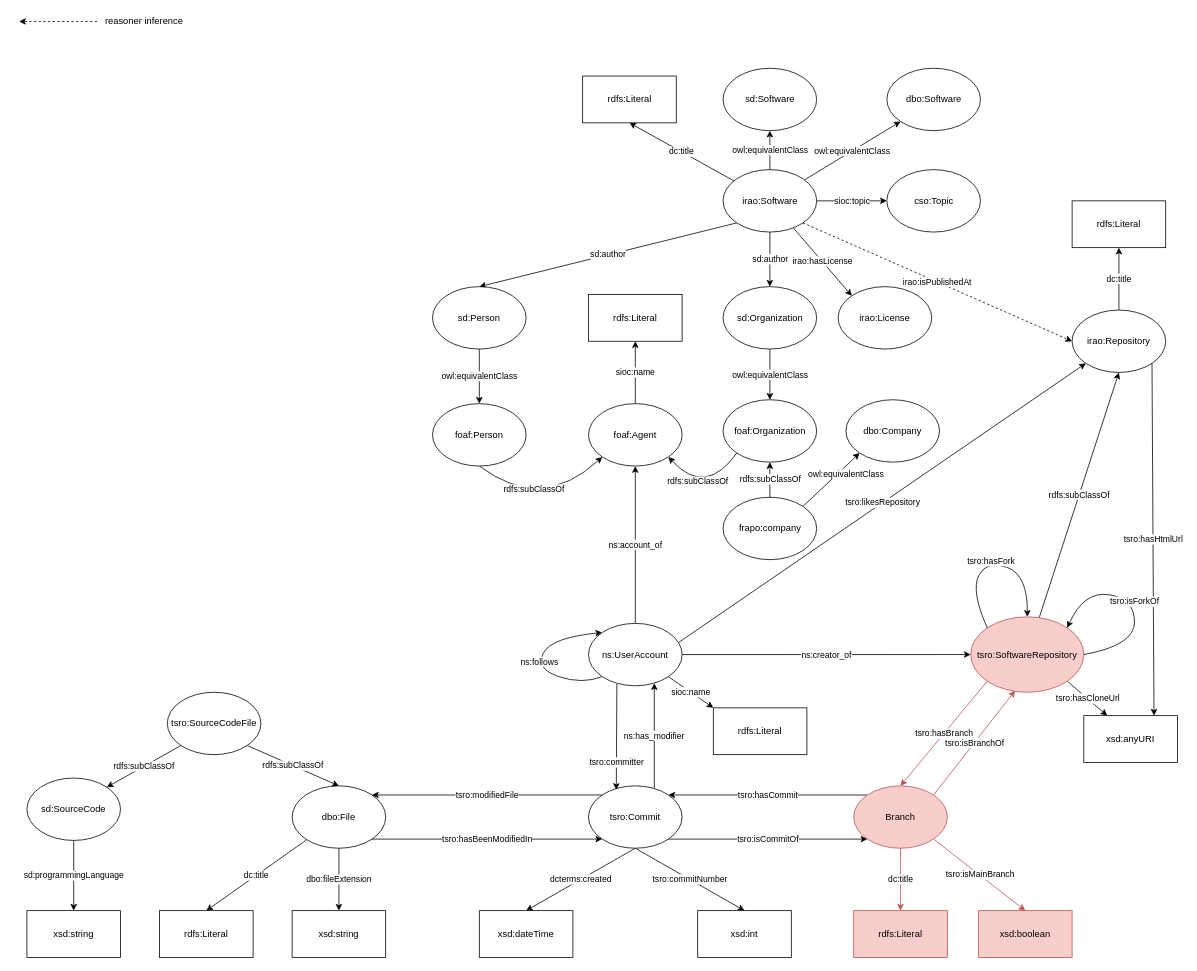
Before: ontologies/The Software Repository Ontology.drawio in sabato-nocera/tsro, a draw.io diagram. Source tidied: cells renumbered, new cells numbered last; positions are measured from the earlier drawing's top-left corner, leaving out a move shared by most shapes. Both pictures are drawn from the tidied source at 78%, with x=0, y=0 at pixel (19, 13).
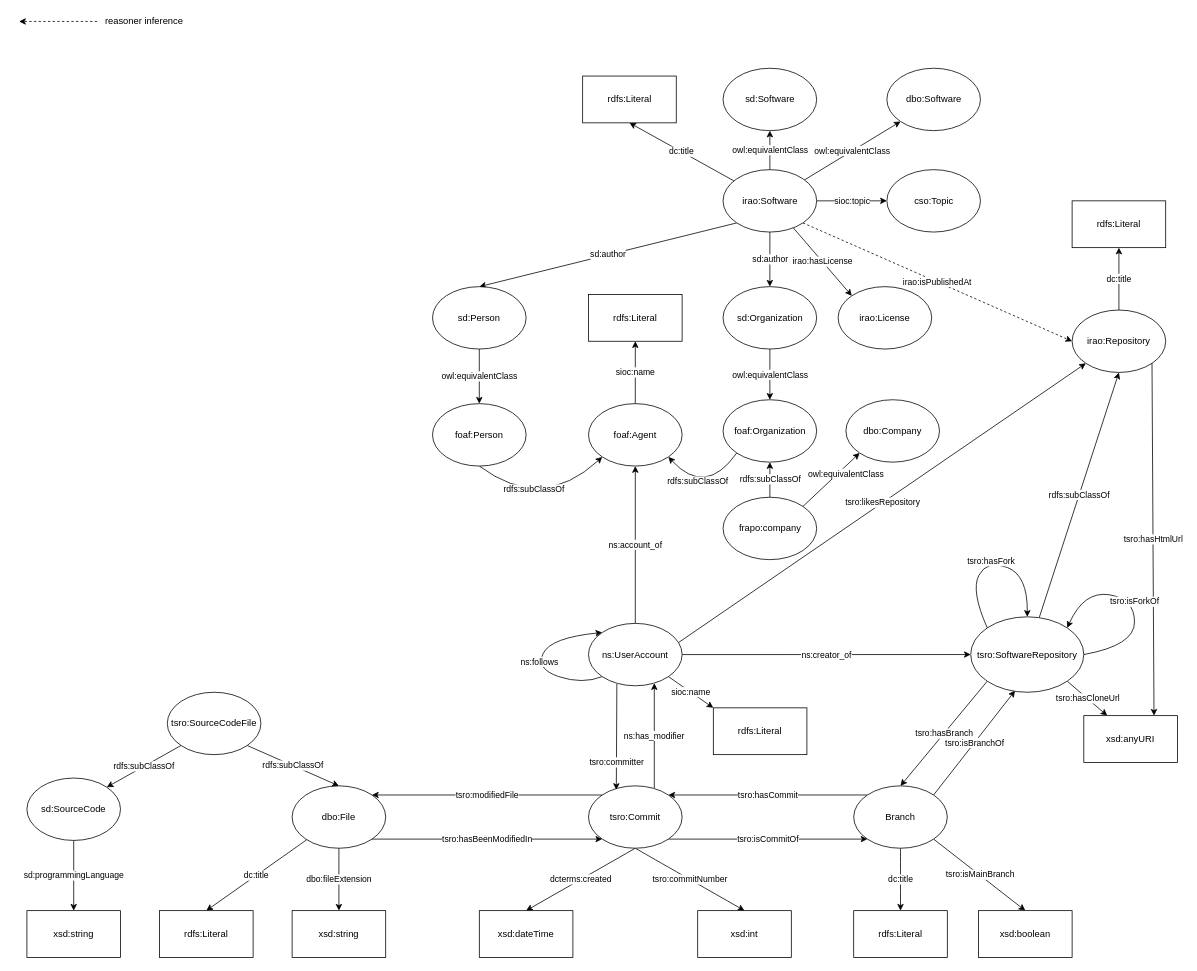
The same page after the edit.

Diff of the diagram source:
```diff
@@
-    <mxCell id="14" value="tsro:isBranchOf" style="edgeStyle=none;rounded=0;jettySize=auto;html=1;exitX=1;exitY=0;exitDx=0;exitDy=0;entryX=0.392;entryY=0.979;entryDx=0;entryDy=0;entryPerimeter=0;fillColor=#f8cecc;strokeColor=#b85450;" parent="1" edge="1" source="17" target="23">
+    <mxCell id="14" value="tsro:isBranchOf" style="edgeStyle=none;rounded=0;jettySize=auto;html=1;exitX=1;exitY=0;exitDx=0;exitDy=0;entryX=0.392;entryY=0.979;entryDx=0;entryDy=0;entryPerimeter=0;" parent="1" edge="1" source="17" target="23">
       <mxGeometry relative="1" as="geometry" />
     </mxCell>
-    <mxCell id="15" value="dc:title" style="edgeStyle=none;curved=1;jettySize=auto;html=1;entryX=0.5;entryY=0;entryDx=0;entryDy=0;fillColor=#f8cecc;strokeColor=#b85450;" parent="1" edge="1" source="17" target="75">
+    <mxCell id="15" value="dc:title" style="edgeStyle=none;curved=1;jettySize=auto;html=1;entryX=0.5;entryY=0;entryDx=0;entryDy=0;" parent="1" edge="1" source="17" target="75">
       <mxGeometry relative="1" as="geometry" />
     </mxCell>
-    <mxCell id="16" value="tsro:isMainBranch" style="rounded=0;jettySize=auto;html=1;exitX=1;exitY=1;exitDx=0;exitDy=0;entryX=0.5;entryY=0;entryDx=0;entryDy=0;fillColor=#f8cecc;strokeColor=#b85450;" parent="1" edge="1" source="17" target="78">
+    <mxCell id="16" value="tsro:isMainBranch" style="rounded=0;jettySize=auto;html=1;exitX=1;exitY=1;exitDx=0;exitDy=0;entryX=0.5;entryY=0;entryDx=0;entryDy=0;" parent="1" edge="1" source="17" target="78">
       <mxGeometry relative="1" as="geometry" />
     </mxCell>
-    <mxCell id="17" value="Branch" style="ellipse;whiteSpace=wrap;html=1;fillColor=#f8cecc;strokeColor=#b85450;" parent="1" vertex="1">
+    <mxCell id="17" value="Branch" style="ellipse;whiteSpace=wrap;html=1;" parent="1" vertex="1">
       <mxGeometry x="1070" y="990" width="120" height="80" as="geometry" />
     </mxCell>
@@
-    <mxCell id="20" value="tsro:hasBranch" style="edgeStyle=none;rounded=0;jettySize=auto;html=1;exitX=0;exitY=1;exitDx=0;exitDy=0;entryX=0.5;entryY=0;entryDx=0;entryDy=0;fillColor=#f8cecc;strokeColor=#b85450;" parent="1" edge="1" source="23" target="17">
+    <mxCell id="20" value="tsro:hasBranch" style="edgeStyle=none;rounded=0;jettySize=auto;html=1;exitX=0;exitY=1;exitDx=0;exitDy=0;entryX=0.5;entryY=0;entryDx=0;entryDy=0;" parent="1" edge="1" source="23" target="17">
       <mxGeometry relative="1" as="geometry" />
     </mxCell>
@@
-    <mxCell id="23" value="tsro:SoftwareRepository" style="ellipse;whiteSpace=wrap;html=1;fillColor=#f8cecc;strokeColor=#b85450;" parent="1" vertex="1">
+    <mxCell id="23" value="tsro:SoftwareRepository" style="ellipse;whiteSpace=wrap;html=1;" parent="1" vertex="1">
       <mxGeometry x="1220" y="773.3" width="145" height="96.7" as="geometry" />
     </mxCell>
@@
-    <mxCell id="75" value="rdfs:Literal" style="whiteSpace=wrap;html=1;fillColor=#f8cecc;strokeColor=#b85450;" parent="1" vertex="1">
+    <mxCell id="75" value="rdfs:Literal" style="whiteSpace=wrap;html=1;" parent="1" vertex="1">
       <mxGeometry x="1070" y="1150" width="120" height="60" as="geometry" />
     </mxCell>
@@
-    <mxCell id="78" value="xsd:boolean" style="whiteSpace=wrap;html=1;fillColor=#f8cecc;strokeColor=#b85450;" parent="1" vertex="1">
+    <mxCell id="78" value="xsd:boolean" style="whiteSpace=wrap;html=1;" parent="1" vertex="1">
       <mxGeometry x="1230" y="1150" width="120" height="60" as="geometry" />
     </mxCell>
```
